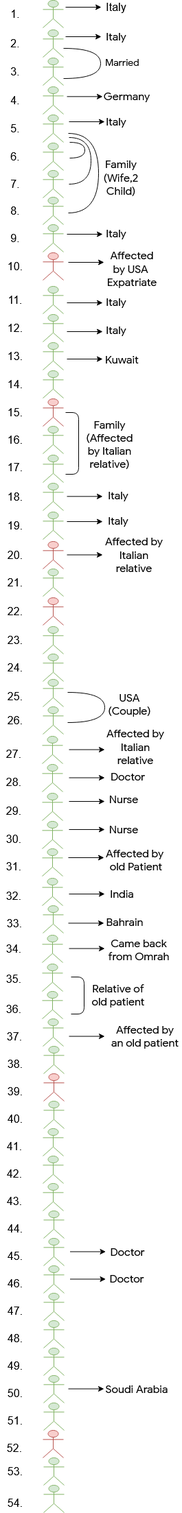
This is assets/img/CoronaInfo.PNG from TeamTigers/coronainfobd, a draw.io export, as it was before one commit. Source tidied: cells renumbered, new cells last; positions are measured from the earlier drawing's top-left corner, leaving out a move shared by most shapes.
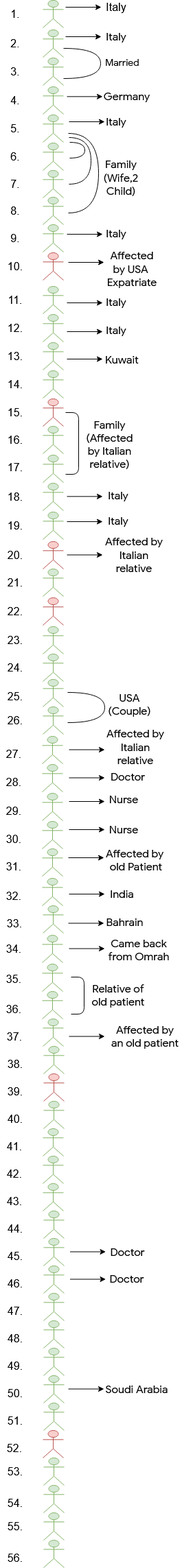
The same file after the commit.

Diff of the diagram source:
```diff
@@ -629,5 +629,17 @@
     <mxCell id="170" value="&lt;font style=&quot;font-size: 16px&quot;&gt;54.&lt;/font&gt;" style="text;html=1;strokeColor=none;fillColor=none;align=center;verticalAlign=middle;whiteSpace=wrap;rounded=0;" parent="1" vertex="1">
       <mxGeometry x="2" y="2181" width="40" height="20" as="geometry" />
     </mxCell>
+    <mxCell id="171" style="shape=umlActor;verticalLabelPosition=bottom;labelBackgroundColor=#ffffff;verticalAlign=top;html=1;fillColor=#d5e8d4;strokeColor=#82b366;" parent="1" vertex="1">
+      <mxGeometry x="63" y="2205" width="30" height="40" as="geometry" />
+    </mxCell>
+    <mxCell id="172" value="&lt;font style=&quot;font-size: 16px&quot;&gt;55.&lt;/font&gt;" style="text;html=1;strokeColor=none;fillColor=none;align=center;verticalAlign=middle;whiteSpace=wrap;rounded=0;" parent="1" vertex="1">
+      <mxGeometry x="2" y="2215" width="40" height="20" as="geometry" />
+    </mxCell>
+    <mxCell id="173" style="shape=umlActor;verticalLabelPosition=bottom;labelBackgroundColor=#ffffff;verticalAlign=top;html=1;fillColor=#d5e8d4;strokeColor=#82b366;" parent="1" vertex="1">
+      <mxGeometry x="63" y="2245" width="30" height="40" as="geometry" />
+    </mxCell>
+    <mxCell id="174" value="&lt;font style=&quot;font-size: 16px&quot;&gt;56.&lt;/font&gt;" style="text;html=1;strokeColor=none;fillColor=none;align=center;verticalAlign=middle;whiteSpace=wrap;rounded=0;" parent="1" vertex="1">
+      <mxGeometry x="2" y="2261" width="40" height="20" as="geometry" />
+    </mxCell>
   </root>
 </mxGraphModel>
```
